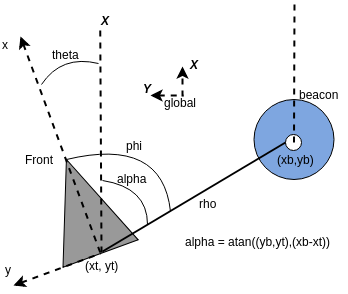
This is assignment_2/docs/turtle.png from rbccps-iisc/cp313, a draw.io export, as it was before one commit. Source tidied: cells renumbered, new cells last; positions are measured from the earlier drawing's top-left corner, leaving out a move shared by most shapes.
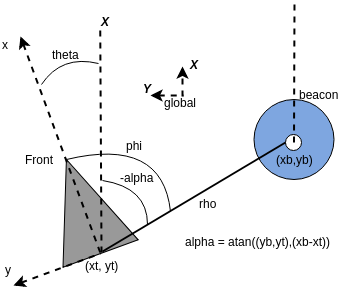
The same file after the commit.

What changed in the source:
```diff
@@ -105,8 +105,8 @@
         </Array>
       </mxGeometry>
     </mxCell>
-    <mxCell id="25" value="alpha" style="text;html=1;align=left;verticalAlign=top;spacingTop=-4;" parent="1" vertex="1">
-      <mxGeometry x="114.5" y="168" width="39" height="14" as="geometry" />
+    <mxCell id="25" value="-alpha" style="text;html=1;align=left;verticalAlign=top;spacingTop=-4;" parent="1" vertex="1">
+      <mxGeometry x="118.5" y="167" width="43" height="14" as="geometry" />
     </mxCell>
     <mxCell id="26" value="beacon" style="text;html=1;align=left;verticalAlign=top;spacingTop=-4;" parent="1" vertex="1">
       <mxGeometry x="297" y="84" width="49" height="14" as="geometry" />
```
